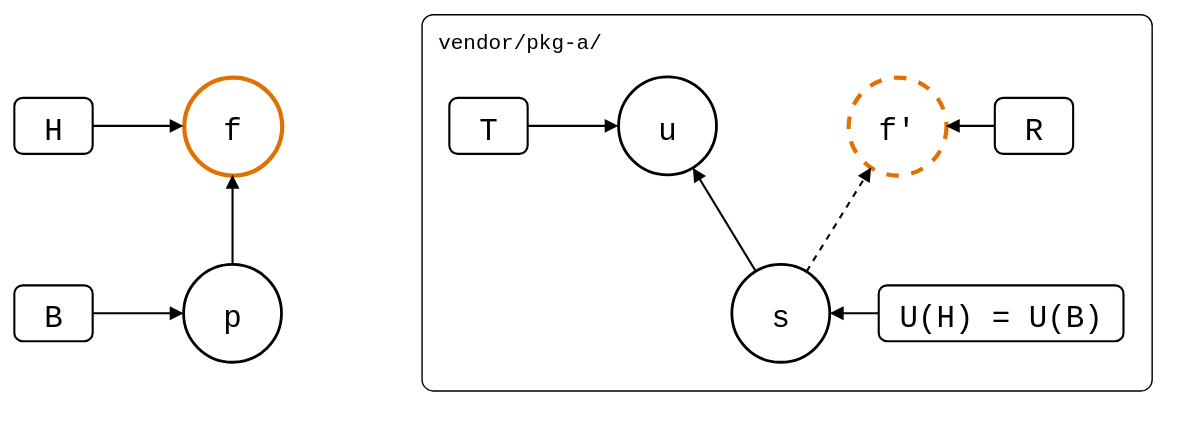
roschaefer/git-splice keeps this draw.io diagram as test/walkthrough/diverged.drawio.svg. Above is the earlier version. Source tidied: cells renumbered, new cells last; positions are measured from the earlier drawing's top-left corner, leaving out a move shared by most shapes.
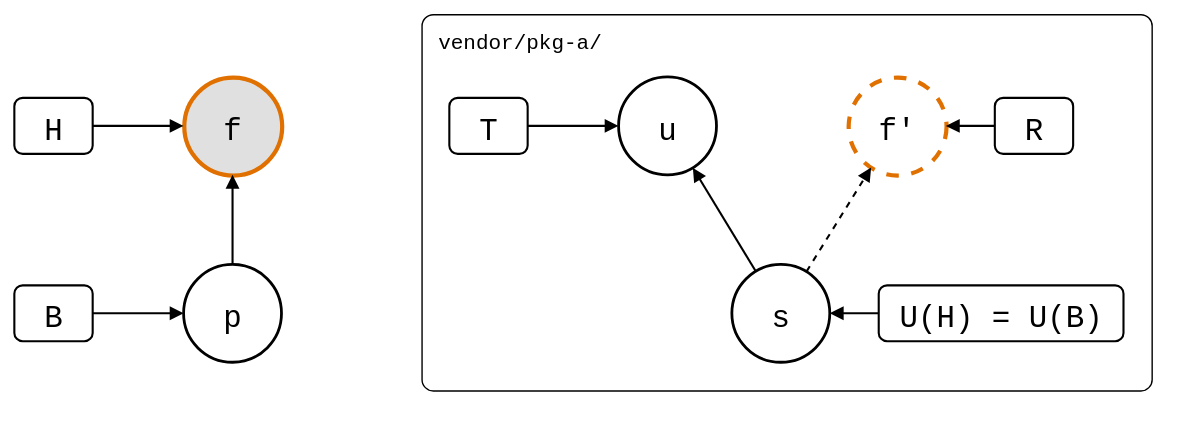
The same file after the commit.

Change to the diagram source:
```diff
@@ -8,7 +8,7 @@
     <mxCell id="3" value="p" style="ellipse;strokeWidth=2;fontSize=22;fontFamily=Roboto Mono,monospace;" parent="1" vertex="1">
       <mxGeometry x="121" y="179" width="70" height="70" as="geometry" />
     </mxCell>
-    <mxCell id="4" value="f" style="ellipse;fontSize=22;fontFamily=Roboto Mono,monospace;strokeColor=#E07000;strokeWidth=3;" parent="1" vertex="1">
+    <mxCell id="4" value="f" style="ellipse;fontSize=22;fontFamily=Roboto Mono,monospace;fillColor=#E0E0E0;strokeColor=#E07000;strokeWidth=3;" parent="1" vertex="1">
       <mxGeometry x="121" y="45" width="70" height="70" as="geometry" />
     </mxCell>
     <mxCell id="5" value="s" style="ellipse;strokeWidth=2;fontSize=22;fontFamily=Roboto Mono,monospace;" parent="1" vertex="1">
```
